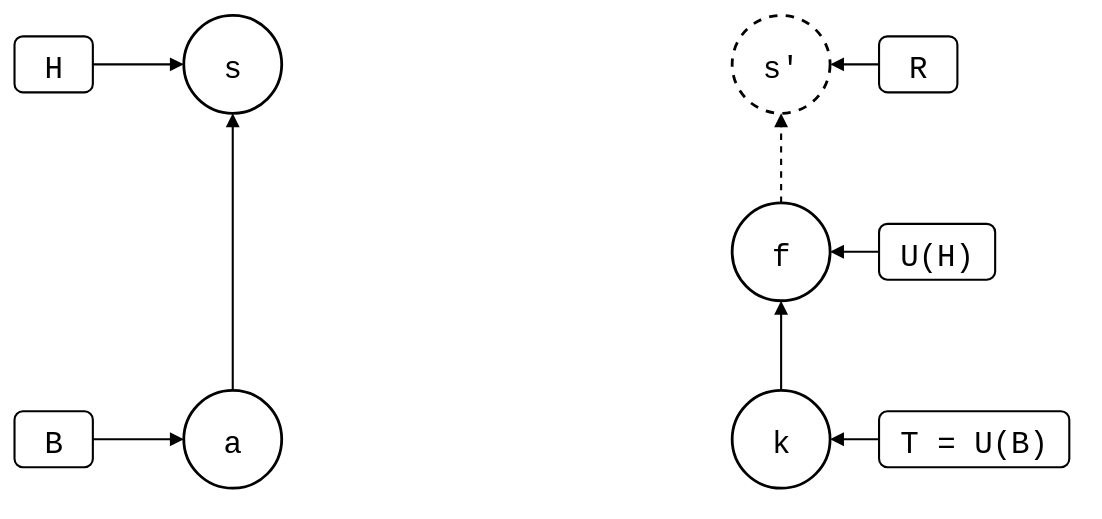
This is test/scenarios/up-to-date/squash-merged-pull/local-edit-in-the-squash/local-edit-in-the-squash.drawio.svg from roschaefer/git-splice, a draw.io export, as it was before one commit. Source tidied: cells renumbered, new cells last; positions are measured from the earlier drawing's top-left corner, leaving out a move shared by most shapes.
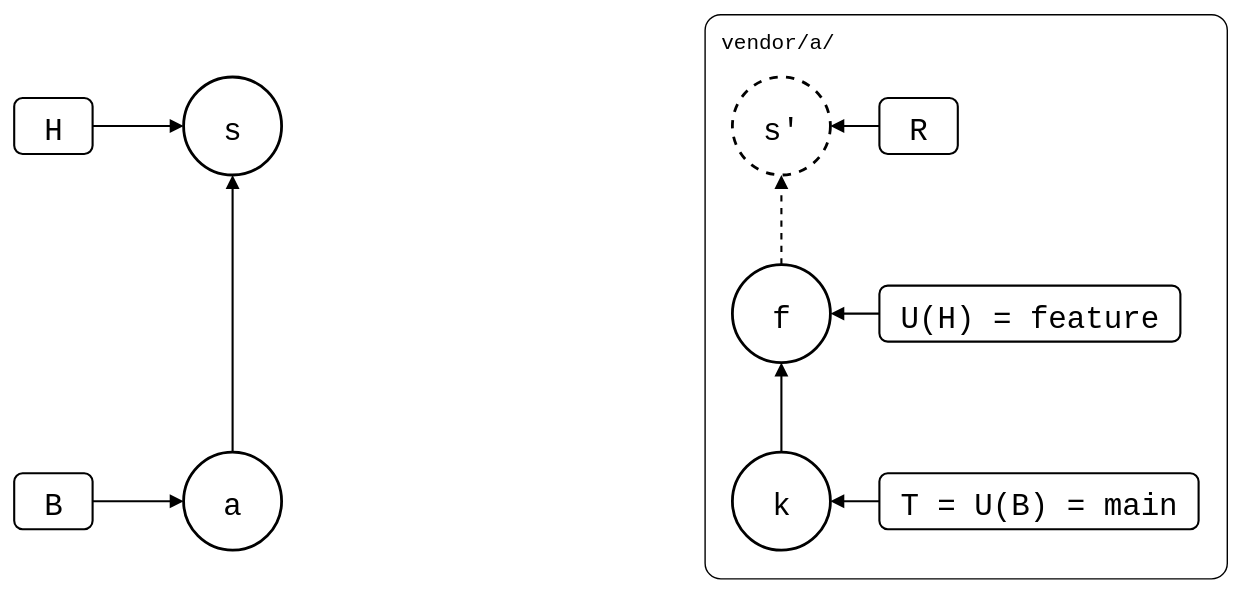
Above is the later version.

Diff of the diagram source:
```diff
@@ -2,6 +2,9 @@
   <root>
     <mxCell id="0" />
     <mxCell id="1" parent="0" />
+    <mxCell id="20" value="vendor/a/" style="rounded=1;arcSize=3;fillColor=none;strokeWidth=1;fontSize=15;verticalAlign=top;align=left;spacingLeft=10;spacingTop=4;fontFamily=Roboto Mono,monospace;" parent="1" vertex="1">
+      <mxGeometry x="493" y="-45" width="373" height="403" as="geometry" />
+    </mxCell>
     <mxCell id="2" value="a" style="ellipse;strokeWidth=2;fontSize=22;fontFamily=Roboto Mono,monospace;" parent="1" vertex="1">
       <mxGeometry x="121" y="268" width="70" height="70" as="geometry" />
     </mxCell>
@@ -29,14 +32,14 @@
     <mxCell id="10" style="endArrow=block;endFill=1;html=1;strokeWidth=1.5;rounded=0;" parent="1" edge="1" source="9" target="2">
       <mxGeometry relative="1" as="geometry" />
     </mxCell>
-    <mxCell id="11" value="T = U(B)" style="rounded=1;strokeWidth=1.5;fontSize=22;fontFamily=Roboto Mono,monospace;" parent="1" vertex="1">
-      <mxGeometry x="618" y="283" width="136" height="40" as="geometry" />
+    <mxCell id="11" value="T = U(B) = main" style="rounded=1;strokeWidth=1.5;fontSize=22;fontFamily=Roboto Mono,monospace;" parent="1" vertex="1">
+      <mxGeometry x="618" y="283" width="228" height="40" as="geometry" />
     </mxCell>
     <mxCell id="12" style="endArrow=block;endFill=1;html=1;strokeWidth=1.5;rounded=0;" parent="1" edge="1" source="11" target="4">
       <mxGeometry relative="1" as="geometry" />
     </mxCell>
-    <mxCell id="13" value="U(H)" style="rounded=1;strokeWidth=1.5;fontSize=22;fontFamily=Roboto Mono,monospace;" parent="1" vertex="1">
-      <mxGeometry x="618" y="149" width="83" height="40" as="geometry" />
+    <mxCell id="13" value="U(H) = feature" style="rounded=1;strokeWidth=1.5;fontSize=22;fontFamily=Roboto Mono,monospace;" parent="1" vertex="1">
+      <mxGeometry x="618" y="149" width="215" height="40" as="geometry" />
     </mxCell>
     <mxCell id="14" style="endArrow=block;endFill=1;html=1;strokeWidth=1.5;rounded=0;" parent="1" edge="1" source="13" target="5">
       <mxGeometry relative="1" as="geometry" />
```
